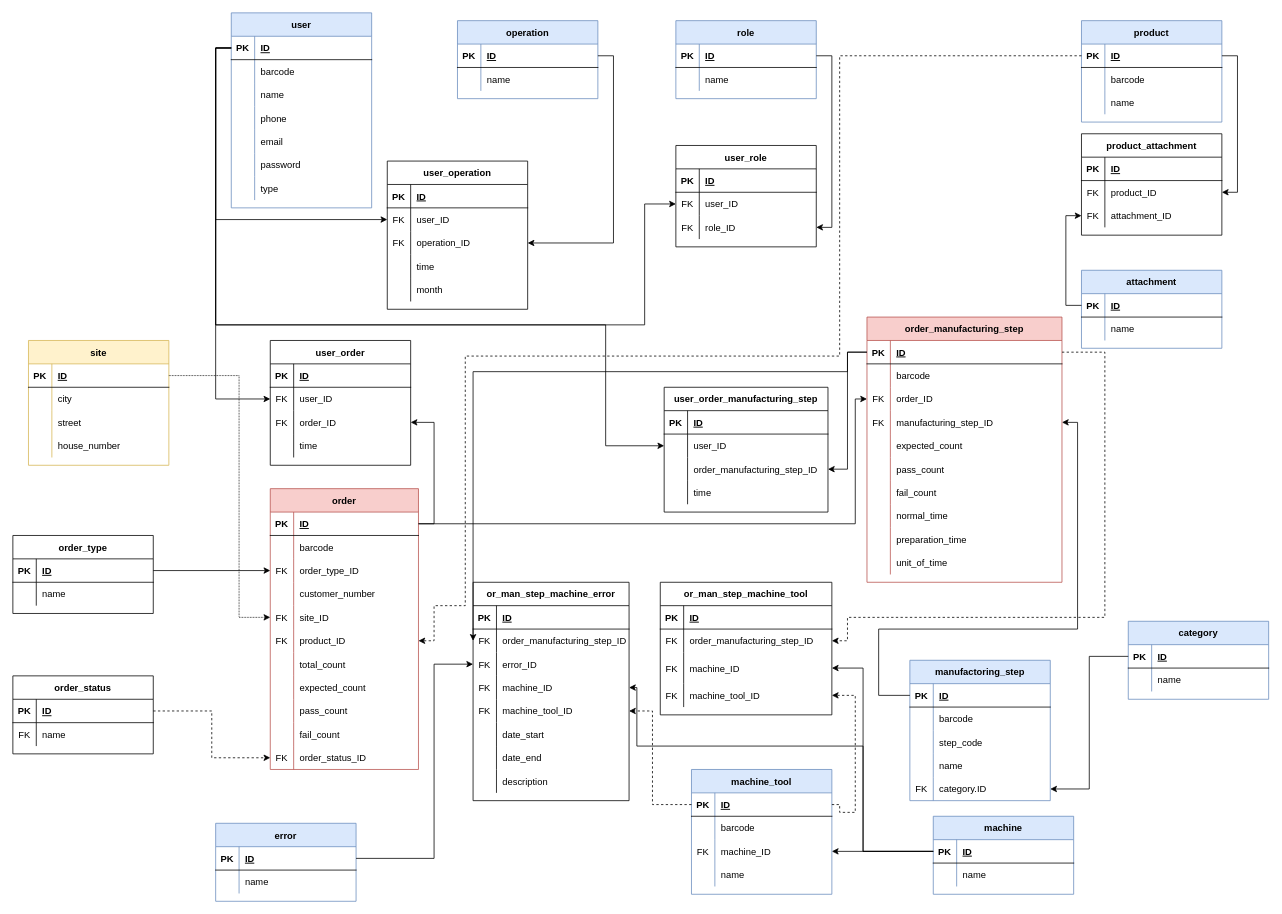
Earlier version of the draw.io diagram DOC/diagrams/database_plan_2_0_0.drawio (KerteszZoltan/mesterminal). Source tidied: cells renumbered, new cells numbered last; positions are measured from the earlier drawing's top-left corner, leaving out a move shared by most shapes. Both pictures are drawn from the tidied source at 78%, with x=0, y=0 at pixel (12, 12).
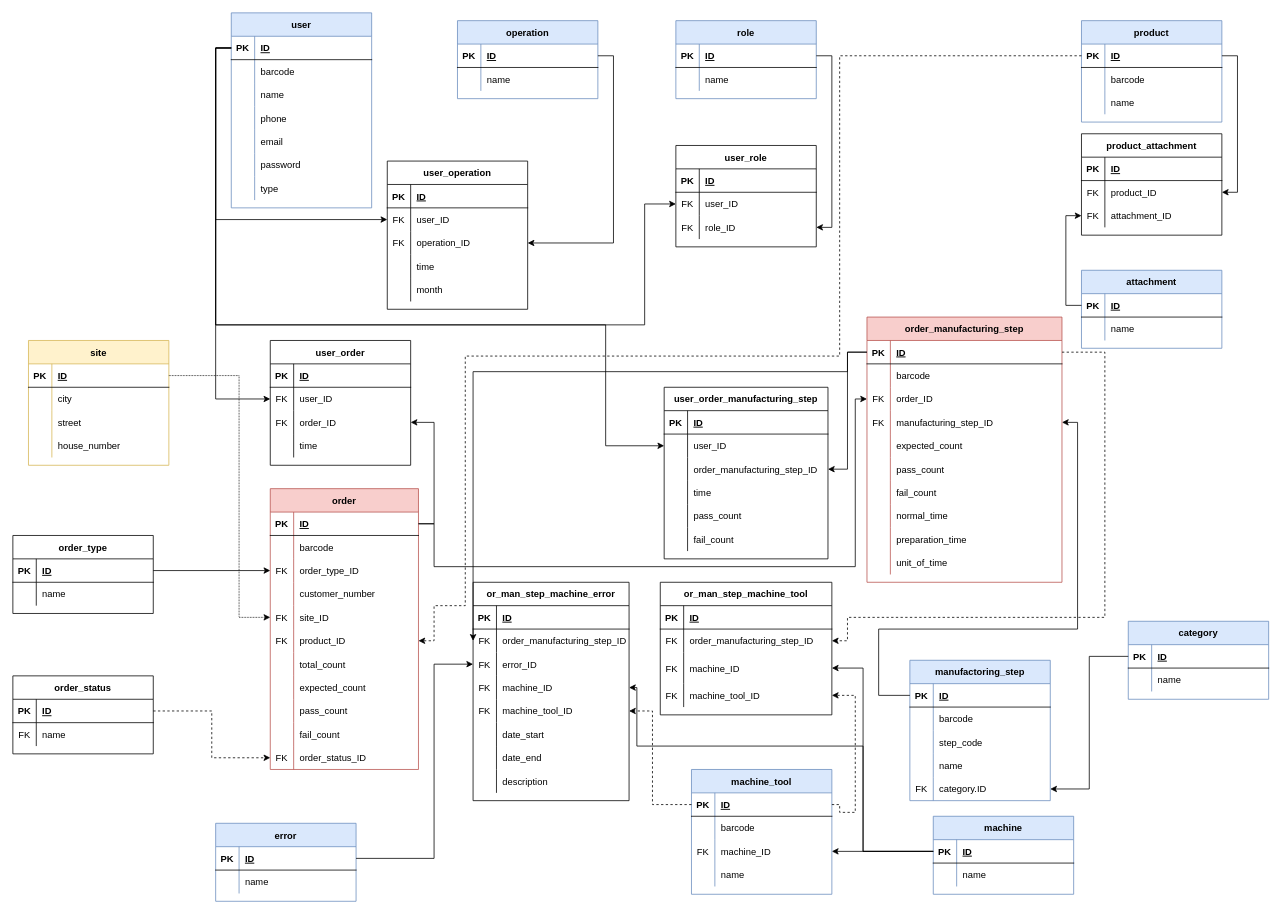
Above is the later version.

Commit message:
pass and fail count to user_order_manufacturing_step

Unchanged cells that the change refers to:
```xml
<mxCell id="69" style="shape=partialRectangle;fillColor=none;top=0;left=0;bottom=1;right=0;points=[[0,0.5],[1,0.5]];portConstraint=eastwest;" parent="68" vertex="1">
  <mxGeometry y="30" width="190" height="30" as="geometry" />
</mxCell>
<mxCell id="250" style="shape=partialRectangle;fillColor=none;top=0;left=0;bottom=0;right=0;points=[[0,0.5],[1,0.5]];portConstraint=eastwest;" parent="243" vertex="1">
  <mxGeometry y="90" width="250" height="30" as="geometry" />
</mxCell>
```

Change to the diagram source:
```diff
@@
     <mxCell id="274" style="edgeStyle=orthogonalEdgeStyle;rounded=0;jettySize=auto;html=1;exitX=1;exitY=0.5;exitDx=0;exitDy=0;entryX=0;entryY=0.5;entryDx=0;entryDy=0;" parent="1" edge="1" source="69" target="250">
       <mxGeometry relative="1" as="geometry">
         <Array as="points">
-          <mxPoint x="1080" y="655" />
+          <mxPoint x="540" y="655" />
+          <mxPoint x="540" y="710" />
+          <mxPoint x="1080" y="710" />
           <mxPoint x="1080" y="495" />
         </Array>
       </mxGeometry>
     </mxCell>
@@
     <mxCell id="306" value="user_order_manufacturing_step" style="shape=table;startSize=30;childLayout=tableLayout;rowLines=0;fontStyle=1;align=center;" parent="1" vertex="1">
-      <mxGeometry x="835" y="480" width="210" height="160" as="geometry" />
+      <mxGeometry x="835" y="480" width="210" height="220" as="geometry" />
     </mxCell>
@@
+    <mxCell id="322" style="shape=partialRectangle;fillColor=none;top=0;left=0;bottom=0;right=0;" parent="306" vertex="1">
+      <mxGeometry y="150" width="210" height="30" as="geometry" />
+    </mxCell>
+    <mxCell id="323" style="shape=partialRectangle;fillColor=none;top=0;left=0;bottom=0;right=0;overflow=hidden;" parent="322" vertex="1">
+      <mxGeometry width="30" height="30" as="geometry" />
+    </mxCell>
+    <mxCell id="324" value="pass_count" style="shape=partialRectangle;fillColor=none;top=0;left=0;bottom=0;right=0;align=left;spacingLeft=6;overflow=hidden;" parent="322" vertex="1">
+      <mxGeometry x="30" width="180" height="30" as="geometry" />
+    </mxCell>
+    <mxCell id="325" style="shape=partialRectangle;fillColor=none;top=0;left=0;bottom=0;right=0;" parent="306" vertex="1">
+      <mxGeometry y="180" width="210" height="30" as="geometry" />
+    </mxCell>
+    <mxCell id="326" style="shape=partialRectangle;fillColor=none;top=0;left=0;bottom=0;right=0;overflow=hidden;" parent="325" vertex="1">
+      <mxGeometry width="30" height="30" as="geometry" />
+    </mxCell>
+    <mxCell id="327" value="fail_count" style="shape=partialRectangle;fillColor=none;top=0;left=0;bottom=0;right=0;align=left;spacingLeft=6;overflow=hidden;" parent="325" vertex="1">
+      <mxGeometry x="30" width="180" height="30" as="geometry" />
+    </mxCell>
```
